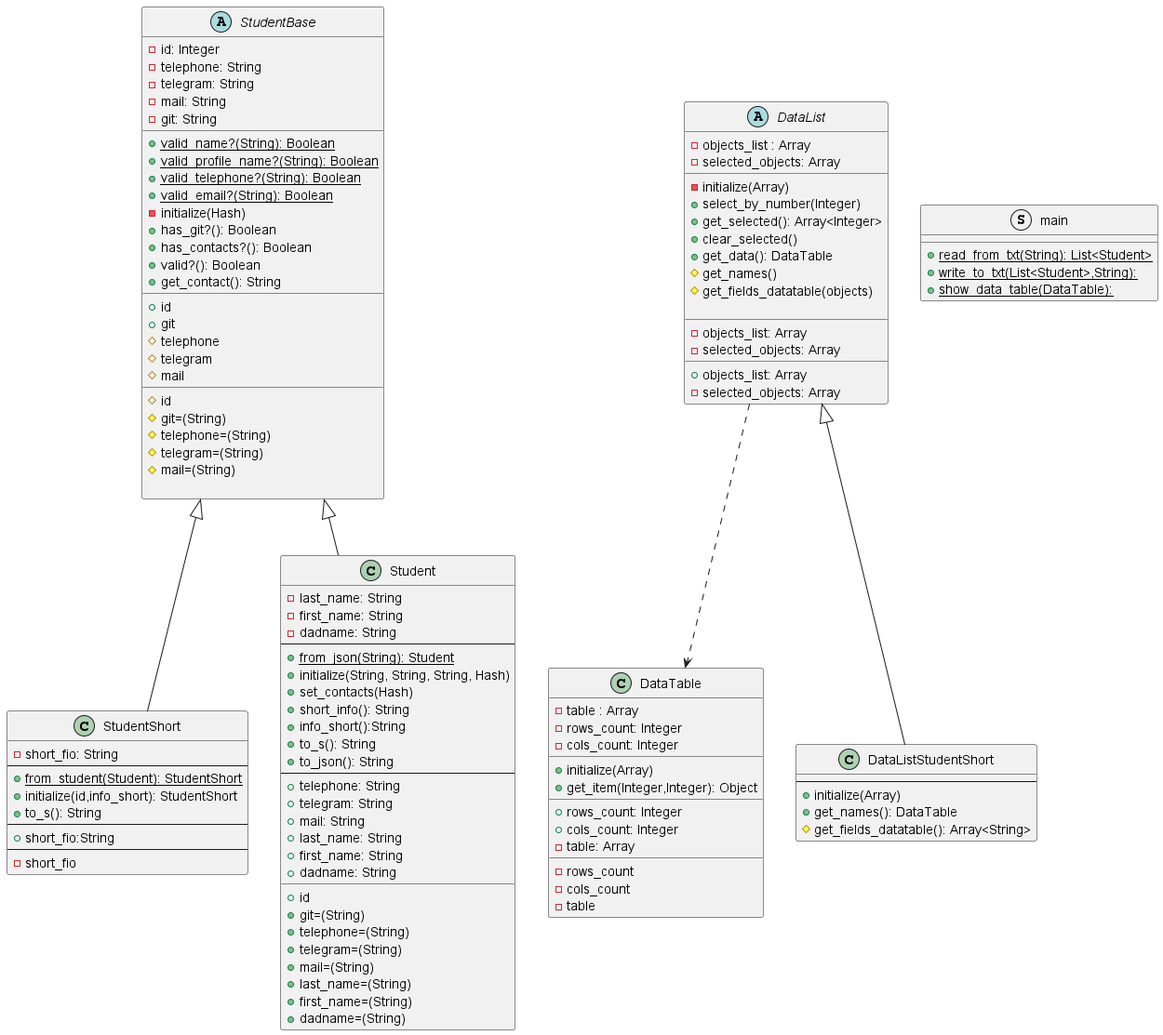
Above: LR2/diagram/StudentClassDiagram.png in KREEAL/RubyLabs (PlantUML), before the change.
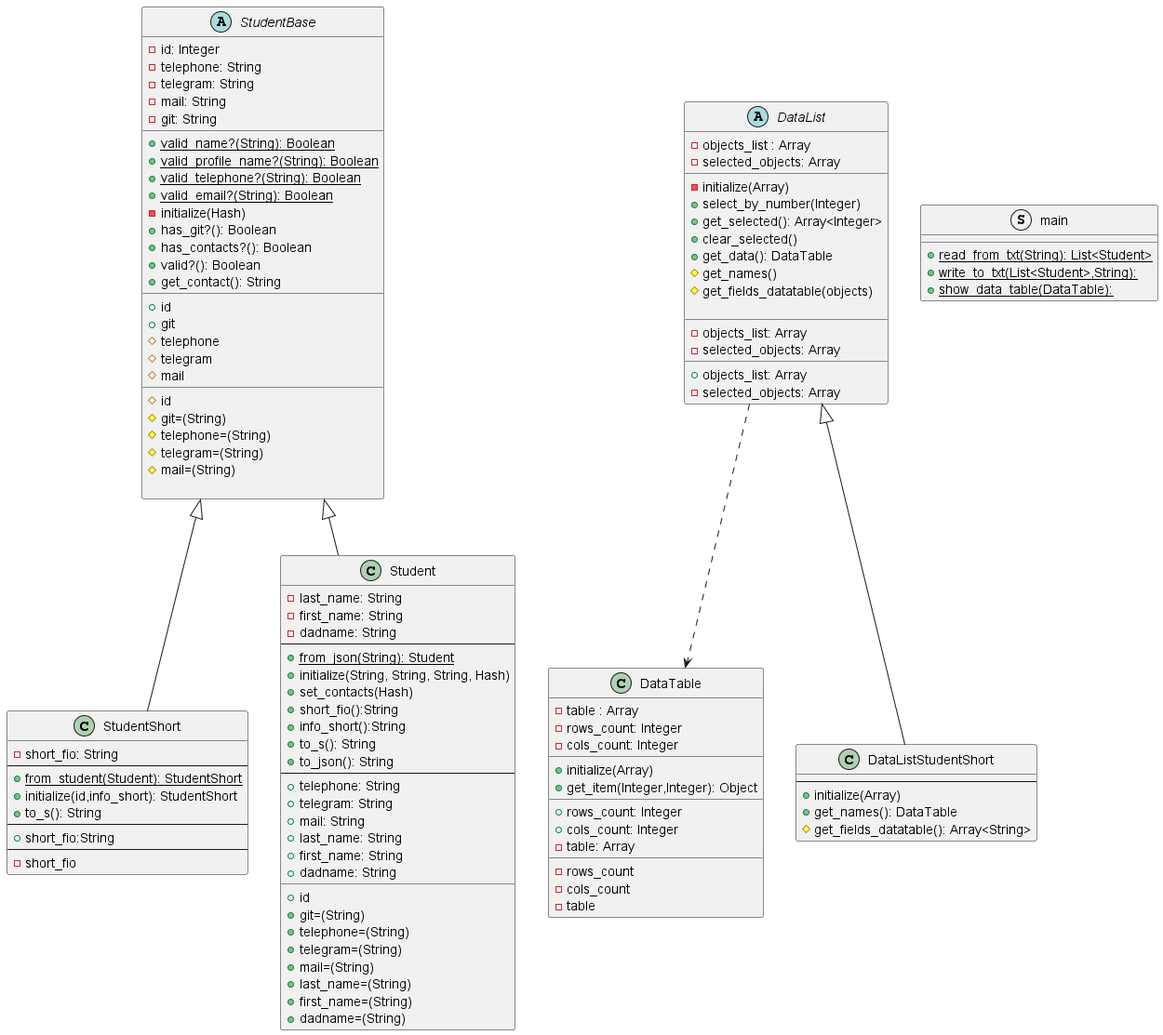
The same diagram one commit later.

Commit message:
Исправлена диаграмма классов

What changed in the source:
```diff
@@ -48,7 +48,7 @@
     +{static}from_json(String): Student
     +initialize(String, String, String, Hash)
     +set_contacts(Hash)
-    +short_info(): String
+    +short_fio():String
     +info_short():String
     +to_s(): String
     +to_json(): String
```
